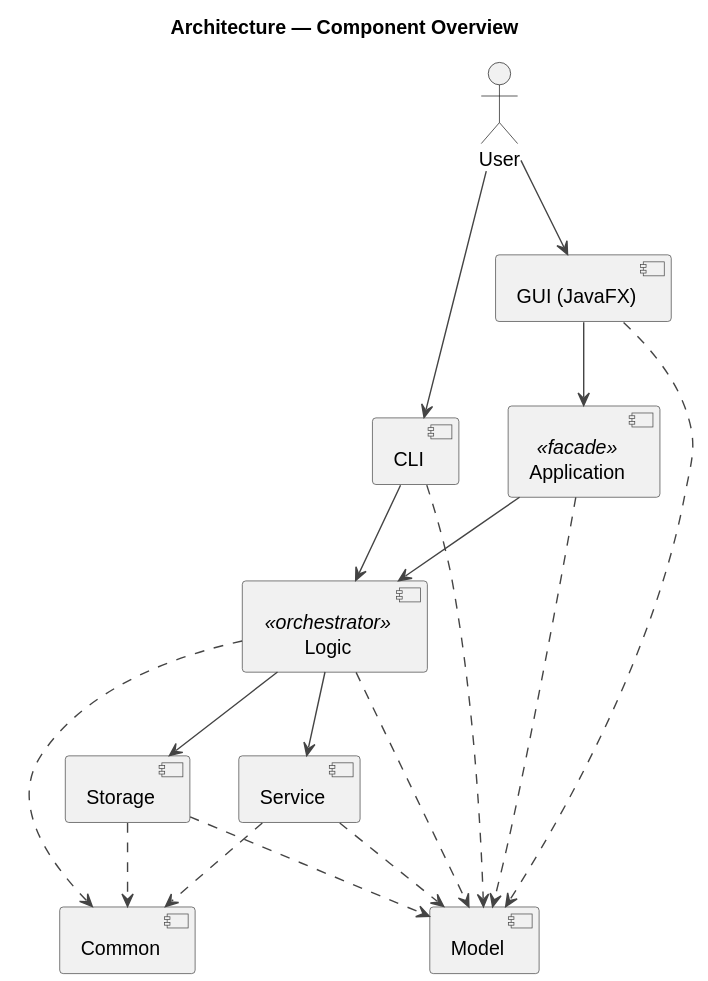
Before: docs/design/diagrams/architecture-component.svg, a diagram exported from PlantUML (PeterShanxin/MapsAroundYou).
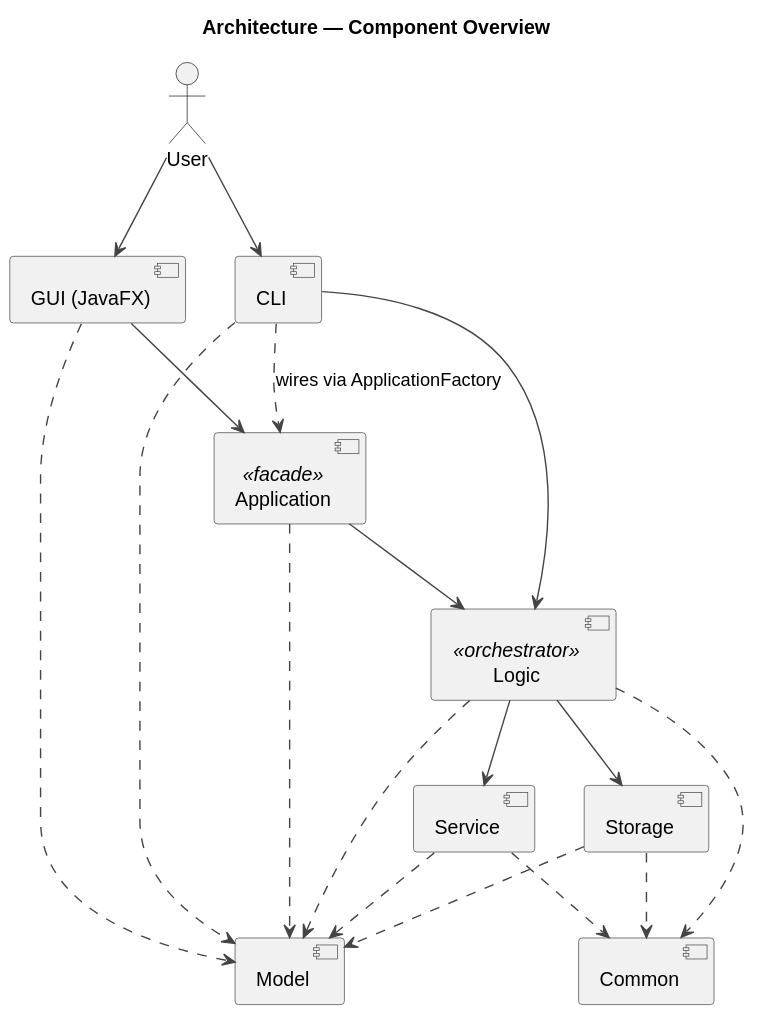
The same diagram one commit later.

What changed in the source:
```diff
@@ -16,6 +16,7 @@
 User --> CLI
 GUI --> Application
 CLI --> Logic
+CLI ..> Application : wires via ApplicationFactory
 Application --> Logic
 Logic --> Service
 Logic --> Storage
```
